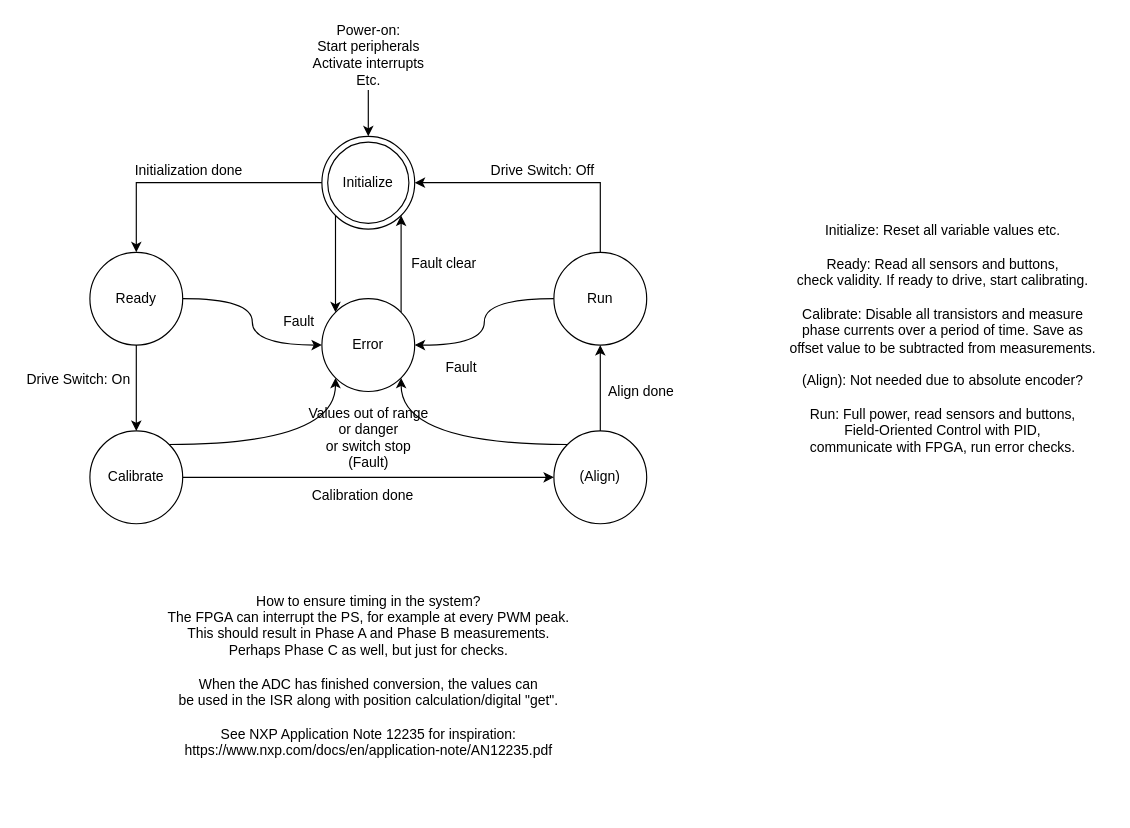
Above: page "State Machine Overview" (3 of 5) of Overview/ElectricGoKart.drawio in SR-Madsen/ElectricGoKart (draw.io), before the change. Source tidied: cells renumbered, new cells numbered last; positions are measured from the earlier drawing's top-left corner, leaving out a move shared by most shapes. Both pictures are drawn from the tidied source at 116%, with x=0, y=0 at pixel (20, 20).
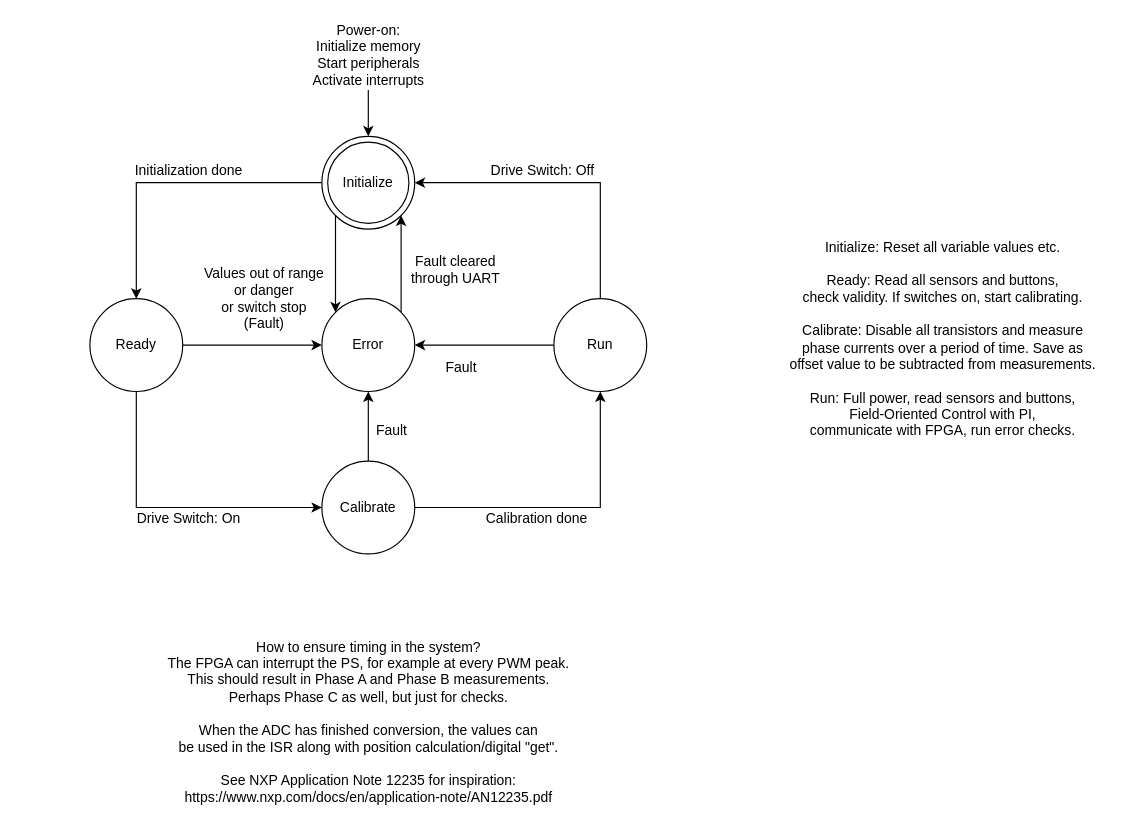
After the change.

Unchanged cells that the change refers to:
```xml
<mxCell id="19" value="Error" style="ellipse;whiteSpace=wrap;html=1;" parent="1" vertex="1">
  <mxGeometry x="260" y="240" width="80" height="80" as="geometry" />
</mxCell>
```

What changed in the source:
```diff
@@
+    <mxCell id="7" style="edgeStyle=orthogonalEdgeStyle;curved=1;jettySize=auto;html=1;exitX=1;exitY=0.5;exitDx=0;exitDy=0;entryX=0;entryY=0.5;entryDx=0;entryDy=0;" parent="1" edge="1" source="8" target="19">
+      <mxGeometry relative="1" as="geometry" />
+    </mxCell>
-    <mxCell id="6" style="edgeStyle=orthogonalEdgeStyle;rounded=0;jettySize=auto;html=1;" parent="1" edge="1" source="8" target="11">
+    <mxCell id="6" style="edgeStyle=orthogonalEdgeStyle;rounded=0;jettySize=auto;html=1;exitX=0.5;exitY=1;exitDx=0;exitDy=0;entryX=0;entryY=0.5;entryDx=0;entryDy=0;" parent="1" edge="1" source="8" target="11">
       <mxGeometry relative="1" as="geometry" />
     </mxCell>
-    <mxCell id="7" style="edgeStyle=orthogonalEdgeStyle;curved=1;jettySize=auto;html=1;exitX=1;exitY=0.5;exitDx=0;exitDy=0;entryX=0;entryY=0.5;entryDx=0;entryDy=0;" parent="1" edge="1" source="8" target="19">
-      <mxGeometry relative="1" as="geometry" />
-    </mxCell>
     <mxCell id="8" value="Ready" style="ellipse;whiteSpace=wrap;html=1;" parent="1" vertex="1">
-      <mxGeometry x="60" y="200" width="80" height="80" as="geometry" />
+      <mxGeometry x="60" y="240" width="80" height="80" as="geometry" />
     </mxCell>
-    <mxCell id="9" style="edgeStyle=orthogonalEdgeStyle;rounded=0;jettySize=auto;html=1;" parent="1" edge="1" source="11" target="14">
+    <mxCell id="9" style="edgeStyle=orthogonalEdgeStyle;rounded=0;jettySize=auto;html=1;entryX=0.5;entryY=1;entryDx=0;entryDy=0;" parent="1" edge="1" source="11" target="17">
       <mxGeometry relative="1" as="geometry" />
     </mxCell>
-    <mxCell id="10" style="edgeStyle=orthogonalEdgeStyle;curved=1;jettySize=auto;html=1;exitX=1;exitY=0;exitDx=0;exitDy=0;entryX=0;entryY=1;entryDx=0;entryDy=0;" parent="1" edge="1" source="11" target="19">
+    <mxCell id="10" style="edgeStyle=orthogonalEdgeStyle;curved=1;jettySize=auto;html=1;exitX=0.5;exitY=0;exitDx=0;exitDy=0;entryX=0.5;entryY=1;entryDx=0;entryDy=0;" parent="1" edge="1" source="11" target="19">
       <mxGeometry relative="1" as="geometry" />
     </mxCell>
     <mxCell id="11" value="Calibrate" style="ellipse;whiteSpace=wrap;html=1;" parent="1" vertex="1">
-      <mxGeometry x="60" y="354" width="80" height="80" as="geometry" />
+      <mxGeometry x="260" y="380" width="80" height="80" as="geometry" />
     </mxCell>
-    <mxCell id="12" style="edgeStyle=orthogonalEdgeStyle;rounded=0;jettySize=auto;html=1;" parent="1" edge="1" source="14" target="17">
-      <mxGeometry relative="1" as="geometry" />
-    </mxCell>
-    <mxCell id="13" style="edgeStyle=orthogonalEdgeStyle;curved=1;jettySize=auto;html=1;exitX=0;exitY=0;exitDx=0;exitDy=0;entryX=1;entryY=1;entryDx=0;entryDy=0;" parent="1" edge="1" source="14" target="19">
-      <mxGeometry relative="1" as="geometry" />
-    </mxCell>
-    <mxCell id="14" value="(Align)" style="ellipse;whiteSpace=wrap;html=1;" parent="1" vertex="1">
-      <mxGeometry x="460" y="354" width="80" height="80" as="geometry" />
-    </mxCell>
@@
     <mxCell id="17" value="Run" style="ellipse;whiteSpace=wrap;html=1;" parent="1" vertex="1">
-      <mxGeometry x="460" y="200" width="80" height="80" as="geometry" />
+      <mxGeometry x="460" y="240" width="80" height="80" as="geometry" />
     </mxCell>
@@
     <mxCell id="21" value="Drive Switch: On" style="text;html=1;align=center;verticalAlign=middle;" parent="1" vertex="1">
-      <mxGeometry y="300" width="100" height="20" as="geometry" />
+      <mxGeometry x="95" y="420" width="100" height="20" as="geometry" />
     </mxCell>
     <mxCell id="22" value="Calibration done" style="text;html=1;align=center;verticalAlign=middle;" parent="1" vertex="1">
-      <mxGeometry x="240" y="400" width="110" height="20" as="geometry" />
+      <mxGeometry x="390" y="420" width="110" height="20" as="geometry" />
     </mxCell>
-    <mxCell id="23" value="Align done" style="text;html=1;align=center;verticalAlign=middle;" parent="1" vertex="1">
-      <mxGeometry x="500" y="310" width="70" height="20" as="geometry" />
-    </mxCell>
@@
     <mxCell id="25" value="&lt;div&gt;Values out of range&lt;/div&gt;&lt;div&gt;or danger&lt;/div&gt;&lt;div&gt;or switch stop&lt;/div&gt;&lt;div&gt;(Fault)&lt;br&gt;&lt;/div&gt;" style="text;html=1;align=center;verticalAlign=middle;" parent="1" vertex="1">
-      <mxGeometry x="240" y="330" width="120" height="60" as="geometry" />
+      <mxGeometry x="150" y="210" width="120" height="60" as="geometry" />
     </mxCell>
@@
     <mxCell id="27" value="Fault" style="text;html=1;align=center;verticalAlign=middle;" parent="1" vertex="1">
-      <mxGeometry x="220" y="250" width="40" height="20" as="geometry" />
+      <mxGeometry x="300" y="344" width="40" height="20" as="geometry" />
     </mxCell>
-    <mxCell id="28" value="&lt;div&gt;Initialize: Reset all variable values etc.&lt;br&gt;&lt;/div&gt;&lt;div&gt;&lt;br&gt;&lt;/div&gt;&lt;div&gt;Ready: Read all sensors and buttons,&lt;/div&gt;&lt;div&gt;check validity. If ready to drive, start calibrating.&lt;/div&gt;&lt;div&gt;&lt;br&gt;&lt;/div&gt;&lt;div&gt;Calibrate: Disable all transistors and measure&lt;/div&gt;&lt;div&gt;phase currents over a period of time. Save as&lt;/div&gt;&lt;div&gt;offset value to be subtracted from measurements.&lt;/div&gt;&lt;div&gt;&lt;br&gt;&lt;/div&gt;&lt;div&gt;(Align): Not needed due to absolute encoder?&lt;/div&gt;&lt;div&gt;&lt;br&gt;&lt;/div&gt;&lt;div&gt;Run: Full power, read sensors and buttons,&lt;/div&gt;&lt;div&gt;Field-Oriented Control with PID, &lt;br&gt;&lt;/div&gt;&lt;div&gt;communicate with FPGA, run error checks.&lt;/div&gt;" style="text;html=1;align=center;verticalAlign=middle;" parent="1" vertex="1">
-      <mxGeometry x="650" y="175" width="290" height="200" as="geometry" />
+    <mxCell id="28" value="&lt;div&gt;Initialize: Reset all variable values etc.&lt;br&gt;&lt;/div&gt;&lt;div&gt;&lt;br&gt;&lt;/div&gt;&lt;div&gt;Ready: Read all sensors and buttons,&lt;/div&gt;&lt;div&gt;check validity. If switches on, start calibrating.&lt;/div&gt;&lt;div&gt;&lt;br&gt;&lt;/div&gt;&lt;div&gt;Calibrate: Disable all transistors and measure&lt;/div&gt;&lt;div&gt;phase currents over a period of time. Save as&lt;/div&gt;&lt;div&gt;offset value to be subtracted from measurements.&lt;/div&gt;&lt;div&gt;&lt;br&gt;&lt;/div&gt;&lt;div&gt;Run: Full power, read sensors and buttons,&lt;/div&gt;&lt;div&gt;Field-Oriented Control with PI, &lt;br&gt;&lt;/div&gt;&lt;div&gt;communicate with FPGA, run error checks.&lt;/div&gt;" style="text;html=1;align=center;verticalAlign=middle;" parent="1" vertex="1">
+      <mxGeometry x="655" y="190" width="280" height="170" as="geometry" />
     </mxCell>
@@
-    <mxCell id="30" value="&lt;div&gt;Power-on:&lt;/div&gt;&lt;div&gt;Start peripherals&lt;/div&gt;&lt;div&gt;Activate interrupts&lt;/div&gt;&lt;div&gt;Etc.&lt;br&gt;&lt;/div&gt;" style="text;html=1;align=center;verticalAlign=middle;points=[];" parent="1" vertex="1">
+    <mxCell id="30" value="&lt;div&gt;Power-on:&lt;/div&gt;&lt;div&gt;Initialize memory&lt;br&gt;&lt;/div&gt;&lt;div&gt;Start peripherals&lt;/div&gt;&lt;div&gt;Activate interrupts&lt;/div&gt;" style="text;html=1;align=center;verticalAlign=middle;points=[];" parent="1" vertex="1">
       <mxGeometry x="245" width="110" height="60" as="geometry" />
     </mxCell>
     <mxCell id="31" value="&lt;div&gt;How to ensure timing in the system?&lt;/div&gt;&lt;div&gt;The FPGA can interrupt the PS, for example at every PWM peak.&lt;/div&gt;&lt;div&gt;This should result in Phase A and Phase B measurements.&lt;/div&gt;&lt;div&gt;Perhaps Phase C as well, but just for checks.&lt;/div&gt;&lt;div&gt;&lt;br&gt;&lt;/div&gt;&lt;div&gt;When the ADC has finished conversion, the values can&lt;/div&gt;&lt;div&gt;be used in the ISR along with position calculation/digital &quot;get&quot;.&lt;/div&gt;&lt;div&gt;&lt;br&gt;&lt;/div&gt;&lt;div&gt;See NXP Application Note 12235 for inspiration:&lt;/div&gt;&lt;div&gt;https://www.nxp.com/docs/en/application-note/AN12235.pdf&lt;br&gt;&lt;/div&gt;" style="text;html=1;align=center;verticalAlign=middle;" parent="1" vertex="1">
-      <mxGeometry x="120" y="490" width="360" height="150" as="geometry" />
+      <mxGeometry x="120" y="530" width="360" height="150" as="geometry" />
     </mxCell>
-    <mxCell id="32" value="Fault clear" style="text;html=1;align=center;verticalAlign=middle;" parent="1" vertex="1">
-      <mxGeometry x="330" y="200" width="70" height="20" as="geometry" />
+    <mxCell id="32" value="&lt;div&gt;Fault cleared&lt;/div&gt;&lt;div&gt;through UART&lt;br&gt;&lt;/div&gt;" style="text;html=1;align=center;verticalAlign=middle;" parent="1" vertex="1">
+      <mxGeometry x="330" y="200" width="90" height="30" as="geometry" />
     </mxCell>
```
